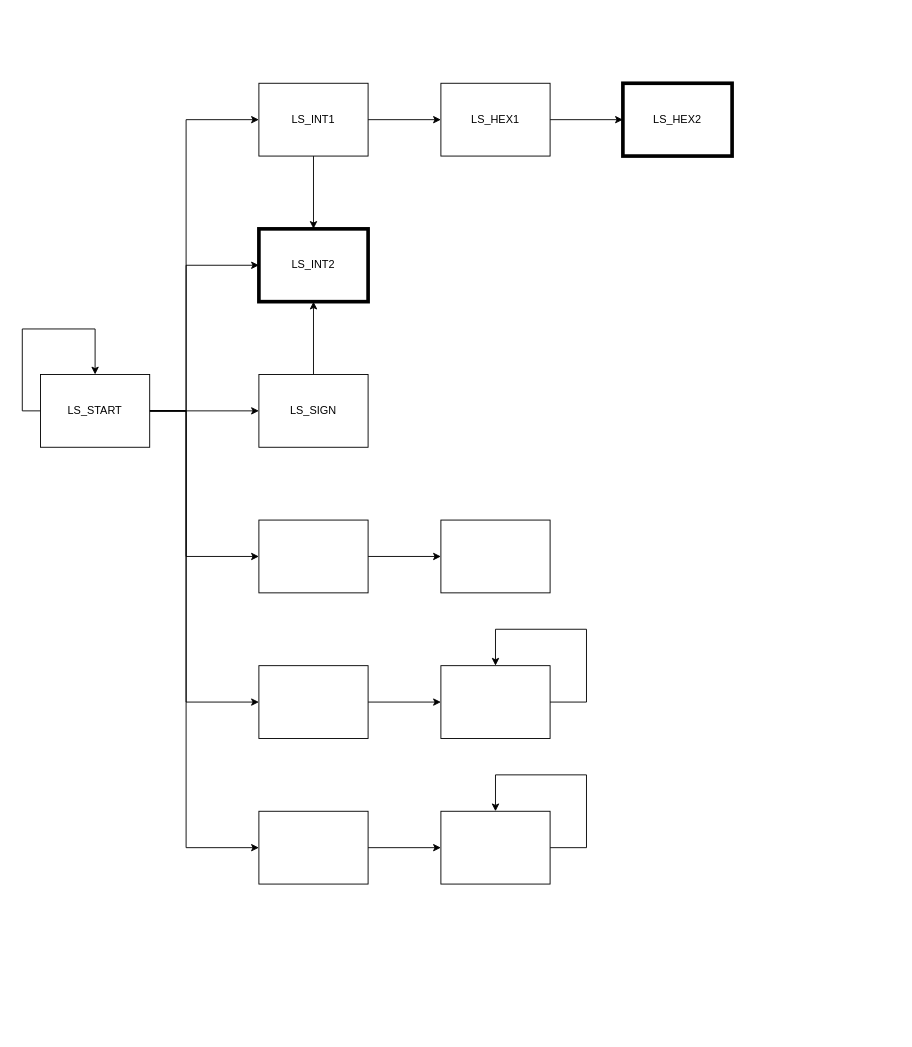
Earlier version of the draw.io diagram docs/Tokenizer.drawio (zackthomas1/Pep9Assembler). Source tidied: cells renumbered, new cells numbered last; positions are measured from the earlier drawing's top-left corner, leaving out a move shared by most shapes. Both pictures are drawn from the tidied source at 91%, with x=0, y=0 at pixel (22, 83).
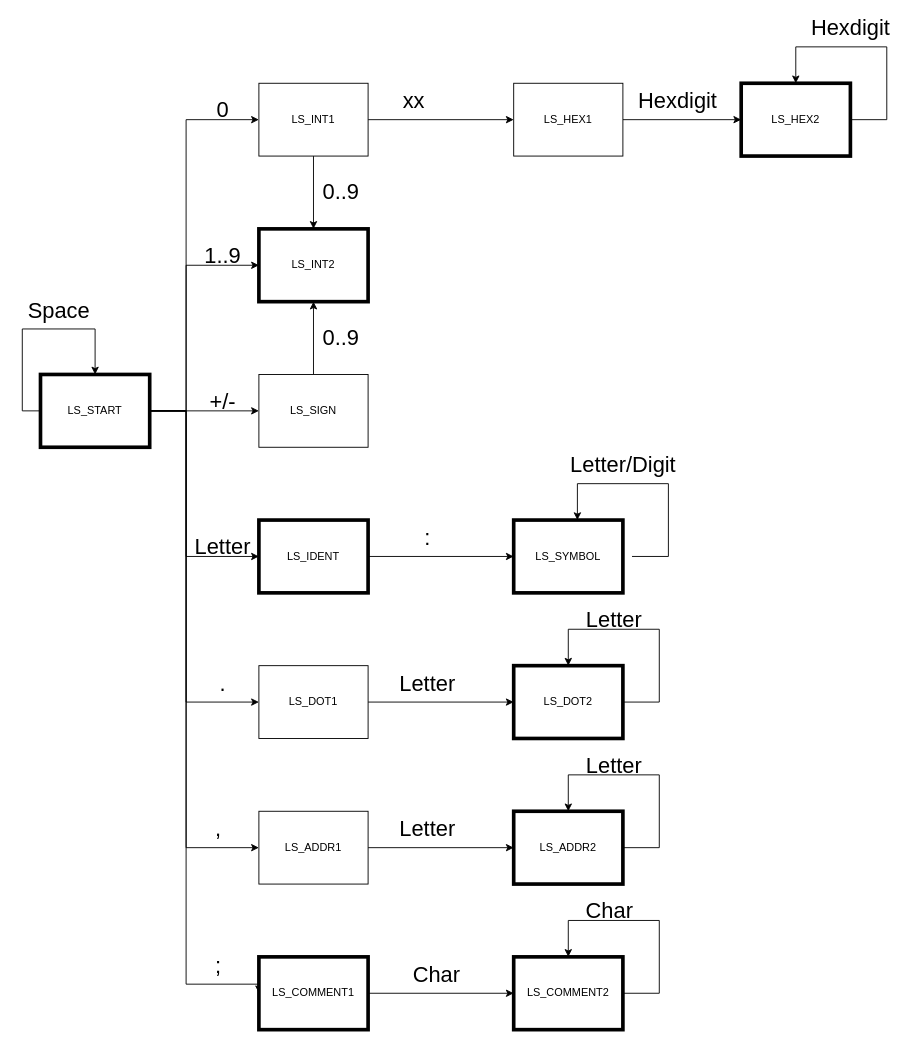
The same diagram, later.

Diff of the diagram source:
```diff
@@
+    <mxCell id="30" style="edgeStyle=orthogonalEdgeStyle;rounded=0;jettySize=auto;html=1;entryX=0;entryY=0.5;entryDx=0;entryDy=0;" parent="1" edge="1" source="9" target="51">
+      <mxGeometry relative="1" as="geometry">
+        <Array as="points">
+          <mxPoint x="180" y="360" />
+          <mxPoint x="180" y="990" />
+        </Array>
+      </mxGeometry>
+    </mxCell>
-    <mxCell id="9" value="LS_START" style="rounded=0;whiteSpace=wrap;html=1;" parent="1" vertex="1">
+    <mxCell id="9" value="LS_START" style="rounded=0;whiteSpace=wrap;html=1;strokeWidth=4;" parent="1" vertex="1">
       <mxGeometry x="20" y="320" width="120" height="80" as="geometry" />
     </mxCell>
@@
-    <mxCell id="16" style="edgeStyle=orthogonalEdgeStyle;rounded=0;jettySize=auto;html=1;" parent="1" edge="1" source="17" target="25">
+    <mxCell id="16" style="edgeStyle=orthogonalEdgeStyle;rounded=0;jettySize=auto;html=1;exitX=1;exitY=0.5;exitDx=0;exitDy=0;" parent="1" edge="1" source="17" target="25">
       <mxGeometry relative="1" as="geometry" />
     </mxCell>
-    <mxCell id="17" style="rounded=0;whiteSpace=wrap;html=1;" parent="1" vertex="1">
+    <mxCell id="17" value="LS_IDENT" style="rounded=0;whiteSpace=wrap;html=1;strokeWidth=4;" parent="1" vertex="1">
       <mxGeometry x="260" y="480" width="120" height="80" as="geometry" />
     </mxCell>
-    <mxCell id="18" style="edgeStyle=orthogonalEdgeStyle;rounded=0;jettySize=auto;html=1;" parent="1" edge="1" source="19" target="28">
+    <mxCell id="18" style="edgeStyle=orthogonalEdgeStyle;rounded=0;jettySize=auto;html=1;exitX=1;exitY=0.5;exitDx=0;exitDy=0;" parent="1" edge="1" source="19" target="28">
       <mxGeometry relative="1" as="geometry" />
     </mxCell>
-    <mxCell id="19" style="rounded=0;whiteSpace=wrap;html=1;" parent="1" vertex="1">
+    <mxCell id="19" value="LS_ADDR1" style="rounded=0;whiteSpace=wrap;html=1;" parent="1" vertex="1">
       <mxGeometry x="260" y="800" width="120" height="80" as="geometry" />
     </mxCell>
-    <mxCell id="20" style="edgeStyle=orthogonalEdgeStyle;rounded=0;jettySize=auto;html=1;" parent="1" edge="1" source="21" target="26">
+    <mxCell id="20" style="edgeStyle=orthogonalEdgeStyle;rounded=0;jettySize=auto;html=1;exitX=1;exitY=0.5;exitDx=0;exitDy=0;" parent="1" edge="1" source="21" target="26">
       <mxGeometry relative="1" as="geometry" />
     </mxCell>
-    <mxCell id="21" style="rounded=0;whiteSpace=wrap;html=1;" parent="1" vertex="1">
+    <mxCell id="21" value="LS_DOT1" style="rounded=0;whiteSpace=wrap;html=1;" parent="1" vertex="1">
       <mxGeometry x="260" y="640" width="120" height="80" as="geometry" />
     </mxCell>
@@
     <mxCell id="23" value="LS_HEX1" style="rounded=0;whiteSpace=wrap;html=1;" parent="1" vertex="1">
-      <mxGeometry x="460" width="120" height="80" as="geometry" />
+      <mxGeometry x="540" width="120" height="80" as="geometry" />
     </mxCell>
     <mxCell id="24" value="LS_HEX2" style="rounded=0;whiteSpace=wrap;html=1;strokeWidth=4;" parent="1" vertex="1">
-      <mxGeometry x="660" width="120" height="80" as="geometry" />
+      <mxGeometry x="790" width="120" height="80" as="geometry" />
     </mxCell>
-    <mxCell id="25" style="rounded=0;whiteSpace=wrap;html=1;" parent="1" vertex="1">
-      <mxGeometry x="460" y="480" width="120" height="80" as="geometry" />
+    <mxCell id="25" value="LS_SYMBOL" style="rounded=0;whiteSpace=wrap;html=1;strokeWidth=4;" parent="1" vertex="1">
+      <mxGeometry x="540" y="480" width="120" height="80" as="geometry" />
     </mxCell>
-    <mxCell id="26" style="rounded=0;whiteSpace=wrap;html=1;" parent="1" vertex="1">
-      <mxGeometry x="460" y="640" width="120" height="80" as="geometry" />
+    <mxCell id="26" value="LS_DOT2" style="rounded=0;whiteSpace=wrap;html=1;strokeWidth=4;" parent="1" vertex="1">
+      <mxGeometry x="540" y="640" width="120" height="80" as="geometry" />
     </mxCell>
     <mxCell id="27" style="edgeStyle=orthogonalEdgeStyle;rounded=0;jettySize=auto;html=1;exitX=1;exitY=0.5;exitDx=0;exitDy=0;" parent="1" edge="1" source="28">
       <mxGeometry relative="1" as="geometry">
-        <mxPoint x="520" y="800" as="targetPoint" />
+        <mxPoint x="600" y="800" as="targetPoint" />
         <Array as="points">
-          <mxPoint x="620" y="840" />
-          <mxPoint x="620" y="760" />
-          <mxPoint x="520" y="760" />
+          <mxPoint x="700" y="840" />
+          <mxPoint x="700" y="760" />
+          <mxPoint x="600" y="760" />
         </Array>
       </mxGeometry>
     </mxCell>
-    <mxCell id="28" style="rounded=0;whiteSpace=wrap;html=1;" parent="1" vertex="1">
-      <mxGeometry x="460" y="800" width="120" height="80" as="geometry" />
+    <mxCell id="28" value="LS_ADDR2" style="rounded=0;whiteSpace=wrap;html=1;strokeWidth=4;" parent="1" vertex="1">
+      <mxGeometry x="540" y="800" width="120" height="80" as="geometry" />
     </mxCell>
     <mxCell id="29" style="edgeStyle=orthogonalEdgeStyle;rounded=0;orthogonalLoop=1;jettySize=auto;html=1;exitX=1;exitY=0.5;exitDx=0;exitDy=0;" parent="1" edge="1">
       <mxGeometry relative="1" as="geometry">
-        <mxPoint x="580" y="680" as="sourcePoint" />
-        <mxPoint x="520" y="640" as="targetPoint" />
+        <mxPoint x="660" y="680" as="sourcePoint" />
+        <mxPoint x="600" y="640" as="targetPoint" />
         <Array as="points">
-          <mxPoint x="620" y="680" />
-          <mxPoint x="620" y="600" />
-          <mxPoint x="520" y="600" />
+          <mxPoint x="700" y="680" />
+          <mxPoint x="700" y="600" />
+          <mxPoint x="600" y="600" />
         </Array>
       </mxGeometry>
     </mxCell>
+    <mxCell id="31" style="edgeStyle=orthogonalEdgeStyle;rounded=0;orthogonalLoop=1;jettySize=auto;html=1;exitX=1;exitY=0.5;exitDx=0;exitDy=0;" parent="1" edge="1">
+      <mxGeometry relative="1" as="geometry">
+        <mxPoint x="910" y="40" as="sourcePoint" />
+        <mxPoint x="850" as="targetPoint" />
+        <Array as="points">
+          <mxPoint x="950" y="40" />
+          <mxPoint x="950" y="-40" />
+          <mxPoint x="850" y="-40" />
+        </Array>
+      </mxGeometry>
+    </mxCell>
+    <mxCell id="32" value="&lt;font style=&quot;font-size: 24px&quot;&gt;Letter&lt;/font&gt;" style="text;html=1;align=center;verticalAlign=middle;fillColor=none;strokeColor=none;rounded=0;" parent="1" vertex="1">
+      <mxGeometry x="405" y="650" width="80" height="20" as="geometry" />
+    </mxCell>
+    <mxCell id="33" value="&lt;font style=&quot;font-size: 24px&quot;&gt;Letter&lt;/font&gt;" style="text;html=1;align=center;verticalAlign=middle;fillColor=none;strokeColor=none;rounded=0;" parent="1" vertex="1">
+      <mxGeometry x="405" y="810" width="80" height="20" as="geometry" />
+    </mxCell>
+    <mxCell id="34" value="&lt;font style=&quot;font-size: 24px&quot;&gt;Letter&lt;/font&gt;" style="text;html=1;align=center;verticalAlign=middle;fillColor=none;strokeColor=none;rounded=0;" parent="1" vertex="1">
+      <mxGeometry x="610" y="740" width="80" height="20" as="geometry" />
+    </mxCell>
+    <mxCell id="35" value="&lt;font style=&quot;font-size: 24px&quot;&gt;Letter&lt;/font&gt;" style="text;html=1;align=center;verticalAlign=middle;fillColor=none;strokeColor=none;rounded=0;" parent="1" vertex="1">
+      <mxGeometry x="610" y="580" width="80" height="20" as="geometry" />
+    </mxCell>
+    <mxCell id="36" value="&lt;font style=&quot;font-size: 24px&quot;&gt;Letter&lt;/font&gt;" style="text;html=1;align=center;verticalAlign=middle;fillColor=none;strokeColor=none;rounded=0;" parent="1" vertex="1">
+      <mxGeometry x="180" y="500" width="80" height="20" as="geometry" />
+    </mxCell>
+    <mxCell id="37" value="&lt;font style=&quot;font-size: 24px&quot;&gt;:&lt;/font&gt;" style="text;html=1;align=center;verticalAlign=middle;fillColor=none;strokeColor=none;rounded=0;" parent="1" vertex="1">
+      <mxGeometry x="435" y="490" width="20" height="20" as="geometry" />
+    </mxCell>
+    <mxCell id="38" value="&lt;font style=&quot;font-size: 24px&quot;&gt;.&lt;/font&gt;" style="text;html=1;align=center;verticalAlign=middle;fillColor=none;strokeColor=none;rounded=0;" parent="1" vertex="1">
+      <mxGeometry x="210" y="650" width="20" height="20" as="geometry" />
+    </mxCell>
+    <mxCell id="39" value="&lt;font style=&quot;font-size: 24px&quot;&gt;,&lt;/font&gt;" style="text;html=1;align=center;verticalAlign=middle;fillColor=none;strokeColor=none;rounded=0;" parent="1" vertex="1">
+      <mxGeometry x="205" y="810" width="20" height="20" as="geometry" />
+    </mxCell>
+    <mxCell id="40" value="&lt;font style=&quot;font-size: 24px&quot;&gt;Hexdigit&lt;/font&gt;" style="text;html=1;align=center;verticalAlign=middle;fillColor=none;strokeColor=none;rounded=0;" parent="1" vertex="1">
+      <mxGeometry x="860" y="-70" width="100" height="20" as="geometry" />
+    </mxCell>
+    <mxCell id="41" value="&lt;font style=&quot;font-size: 24px&quot;&gt;0&lt;/font&gt;" style="text;html=1;align=center;verticalAlign=middle;fillColor=none;strokeColor=none;rounded=0;" parent="1" vertex="1">
+      <mxGeometry x="205" y="20" width="30" height="20" as="geometry" />
+    </mxCell>
+    <mxCell id="42" value="&lt;font style=&quot;font-size: 24px&quot;&gt;1..9&lt;/font&gt;" style="text;html=1;align=center;verticalAlign=middle;fillColor=none;strokeColor=none;rounded=0;" parent="1" vertex="1">
+      <mxGeometry x="190" y="180" width="60" height="20" as="geometry" />
+    </mxCell>
+    <mxCell id="43" value="&lt;font style=&quot;font-size: 24px&quot;&gt;+/-&lt;/font&gt;" style="text;html=1;align=center;verticalAlign=middle;fillColor=none;strokeColor=none;rounded=0;" parent="1" vertex="1">
+      <mxGeometry x="200" y="340" width="40" height="20" as="geometry" />
+    </mxCell>
+    <mxCell id="44" value="&lt;font style=&quot;font-size: 24px&quot;&gt;xx&lt;/font&gt;" style="text;html=1;align=center;verticalAlign=middle;fillColor=none;strokeColor=none;rounded=0;" parent="1" vertex="1">
+      <mxGeometry x="410" y="10" width="40" height="20" as="geometry" />
+    </mxCell>
+    <mxCell id="45" value="&lt;span style=&quot;font-size: 24px&quot;&gt;Hexdigit&lt;/span&gt;" style="text;html=1;align=center;verticalAlign=middle;fillColor=none;strokeColor=none;rounded=0;" parent="1" vertex="1">
+      <mxGeometry x="670" y="10" width="100" height="20" as="geometry" />
+    </mxCell>
+    <mxCell id="46" value="&lt;font style=&quot;font-size: 24px&quot;&gt;0..9&lt;/font&gt;" style="text;html=1;align=center;verticalAlign=middle;fillColor=none;strokeColor=none;rounded=0;" parent="1" vertex="1">
+      <mxGeometry x="320" y="270" width="60" height="20" as="geometry" />
+    </mxCell>
+    <mxCell id="47" value="&lt;font style=&quot;font-size: 24px&quot;&gt;0..9&lt;/font&gt;" style="text;html=1;align=center;verticalAlign=middle;fillColor=none;strokeColor=none;rounded=0;" parent="1" vertex="1">
+      <mxGeometry x="320" y="110" width="60" height="20" as="geometry" />
+    </mxCell>
+    <mxCell id="48" style="edgeStyle=orthogonalEdgeStyle;rounded=0;orthogonalLoop=1;jettySize=auto;html=1;exitX=1;exitY=0.5;exitDx=0;exitDy=0;" parent="1" edge="1">
+      <mxGeometry relative="1" as="geometry">
+        <mxPoint x="670" y="520" as="sourcePoint" />
+        <mxPoint x="610" y="480" as="targetPoint" />
+        <Array as="points">
+          <mxPoint x="710" y="520" />
+          <mxPoint x="710" y="440" />
+          <mxPoint x="610" y="440" />
+        </Array>
+      </mxGeometry>
+    </mxCell>
+    <mxCell id="49" value="&lt;font style=&quot;font-size: 24px&quot;&gt;Letter/Digit&lt;/font&gt;" style="text;html=1;align=center;verticalAlign=middle;fillColor=none;strokeColor=none;rounded=0;" parent="1" vertex="1">
+      <mxGeometry x="595" y="410" width="130" height="20" as="geometry" />
+    </mxCell>
+    <mxCell id="50" style="edgeStyle=orthogonalEdgeStyle;rounded=0;jettySize=auto;html=1;exitX=1;exitY=0.5;exitDx=0;exitDy=0;" parent="1" edge="1" source="51" target="53">
+      <mxGeometry relative="1" as="geometry" />
+    </mxCell>
+    <mxCell id="51" value="LS_COMMENT1" style="rounded=0;whiteSpace=wrap;html=1;strokeWidth=4;" parent="1" vertex="1">
+      <mxGeometry x="260" y="960" width="120" height="80" as="geometry" />
+    </mxCell>
+    <mxCell id="52" style="edgeStyle=orthogonalEdgeStyle;rounded=0;jettySize=auto;html=1;exitX=1;exitY=0.5;exitDx=0;exitDy=0;" parent="1" edge="1" source="53">
+      <mxGeometry relative="1" as="geometry">
+        <mxPoint x="600" y="960" as="targetPoint" />
+        <Array as="points">
+          <mxPoint x="700" y="1000" />
+          <mxPoint x="700" y="920" />
+          <mxPoint x="600" y="920" />
+        </Array>
+      </mxGeometry>
+    </mxCell>
+    <mxCell id="53" value="LS_COMMENT2" style="rounded=0;whiteSpace=wrap;html=1;strokeWidth=4;" parent="1" vertex="1">
+      <mxGeometry x="540" y="960" width="120" height="80" as="geometry" />
+    </mxCell>
+    <mxCell id="54" value="&lt;font style=&quot;font-size: 24px&quot;&gt;Space&lt;/font&gt;" style="text;html=1;align=center;verticalAlign=middle;fillColor=none;strokeColor=none;rounded=0;" parent="1" vertex="1">
+      <mxGeometry y="240" width="80" height="20" as="geometry" />
+    </mxCell>
+    <mxCell id="55" value="&lt;font style=&quot;font-size: 24px&quot;&gt;;&lt;/font&gt;" style="text;html=1;align=center;verticalAlign=middle;fillColor=none;strokeColor=none;rounded=0;" parent="1" vertex="1">
+      <mxGeometry x="205" y="960" width="20" height="20" as="geometry" />
+    </mxCell>
+    <mxCell id="56" value="&lt;span style=&quot;font-size: 24px&quot;&gt;Char&lt;/span&gt;" style="text;html=1;align=center;verticalAlign=middle;fillColor=none;strokeColor=none;rounded=0;" parent="1" vertex="1">
+      <mxGeometry x="420" y="970" width="70" height="20" as="geometry" />
+    </mxCell>
+    <mxCell id="57" value="&lt;span style=&quot;font-size: 24px&quot;&gt;Char&lt;/span&gt;" style="text;html=1;align=center;verticalAlign=middle;fillColor=none;strokeColor=none;rounded=0;" parent="1" vertex="1">
+      <mxGeometry x="610" y="900" width="70" height="20" as="geometry" />
+    </mxCell>
```
